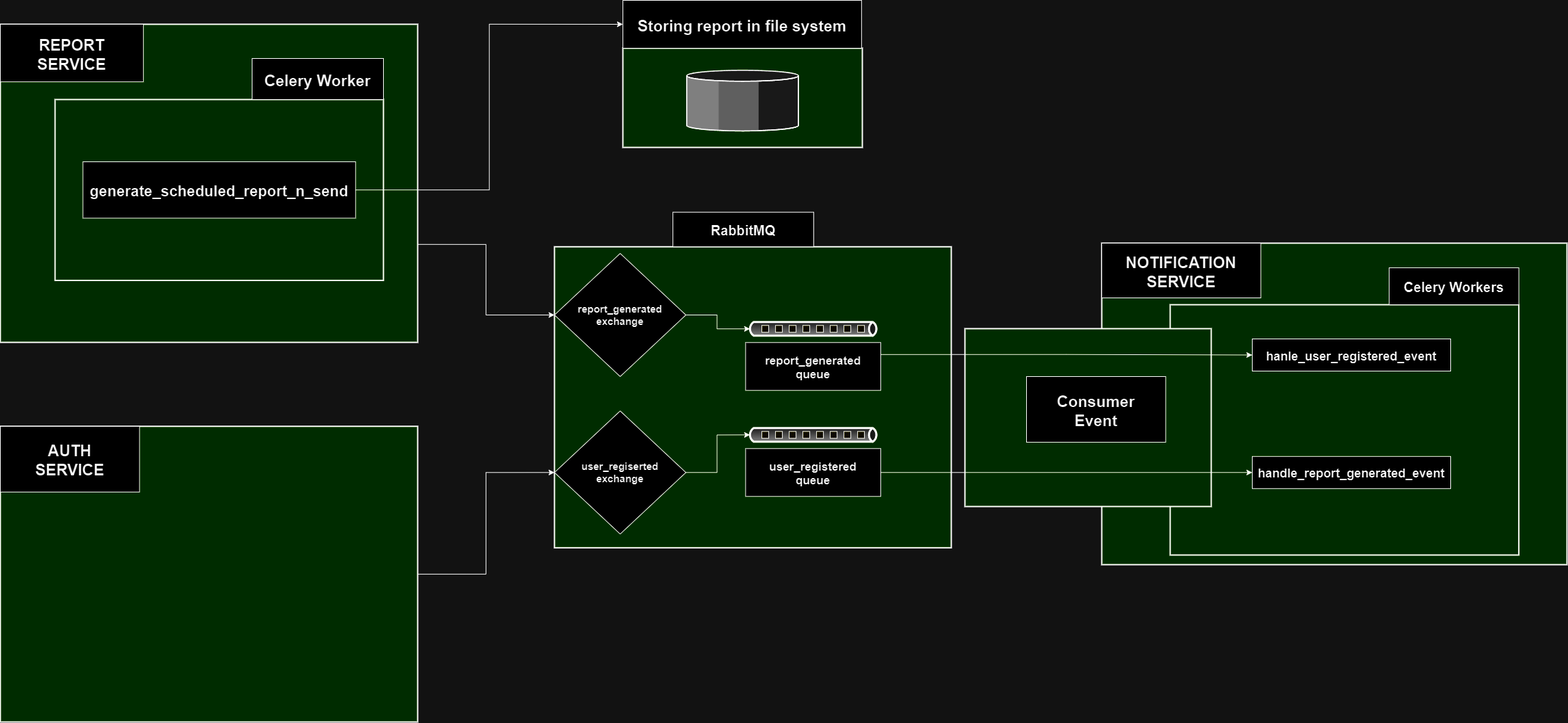
The draw.io diagram Notification_N_RrportGeneration_Digram.png in argho1/User_Monitor, before a commit. Source tidied: cells renumbered, new cells last; positions are measured from the earlier drawing's top-left corner, leaving out a move shared by most shapes.
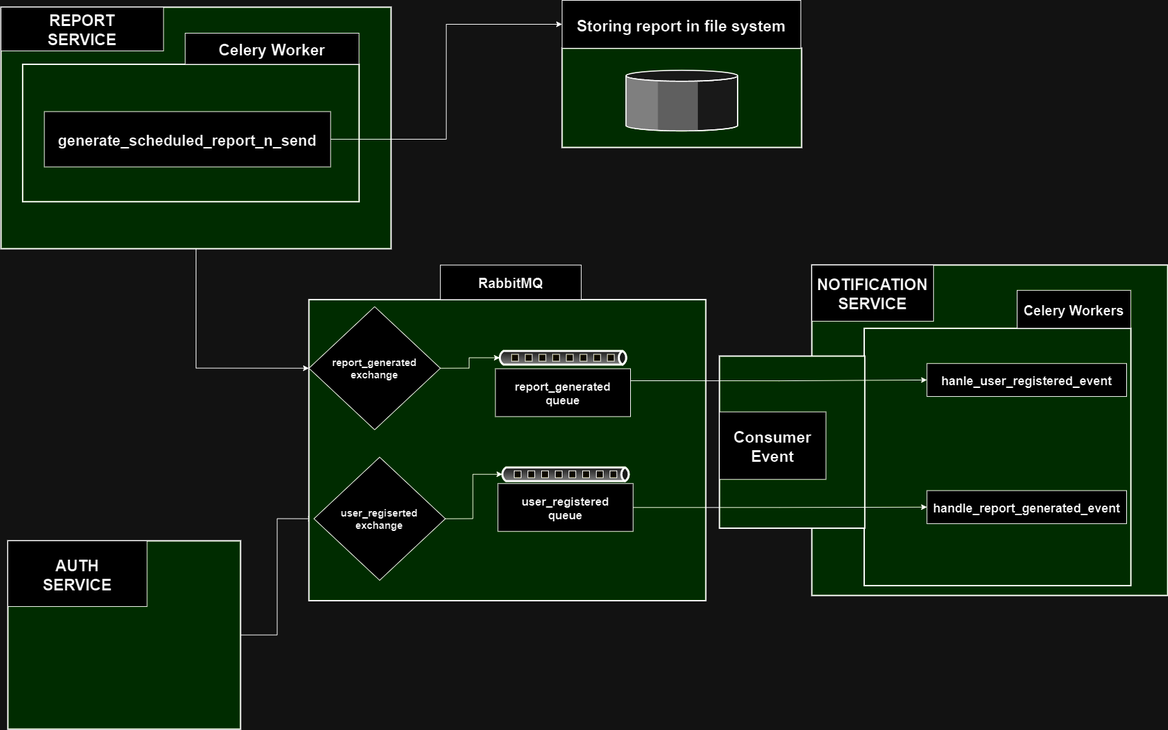
After the commit.

What changed in the source:
```diff
@@ -5,47 +5,47 @@
     <mxCell id="2" style="edgeStyle=orthogonalEdgeStyle;rounded=0;jettySize=auto;html=1;exitX=1;exitY=0.5;exitDx=0;exitDy=0;entryX=0;entryY=0.5;entryDx=0;entryDy=0;" parent="1" edge="1" source="3" target="16">
       <mxGeometry relative="1" as="geometry" />
     </mxCell>
-    <mxCell id="3" style="strokeWidth=2;dashed=0;align=center;fontSize=12;shape=rect;verticalLabelPosition=bottom;verticalAlign=top;fillColor=#c0f5a9;labelBackgroundColor=#FFFFFF;fontColor=#FFFFFF;" parent="1" vertex="1">
-      <mxGeometry y="622.8" width="610" height="432.2" as="geometry" />
-    </mxCell>
     <mxCell id="4" style="strokeWidth=2;dashed=0;align=center;fontSize=12;fillColor=#c0f5a9;verticalLabelPosition=bottom;verticalAlign=top;shape=mxgraph.eip.composed_message_processor;" parent="1" vertex="1">
-      <mxGeometry x="1960" y="394.4" width="150" height="90" as="geometry" />
+      <mxGeometry x="760" y="427.4" width="150" height="90" as="geometry" />
     </mxCell>
+    <mxCell id="20" style="edgeStyle=orthogonalEdgeStyle;rounded=0;jettySize=auto;html=1;exitX=0.5;exitY=1;exitDx=0;exitDy=0;entryX=0;entryY=0.5;entryDx=0;entryDy=0;" parent="1" edge="1" source="5" target="12">
+      <mxGeometry relative="1" as="geometry" />
+    </mxCell>
     <mxCell id="5" style="strokeWidth=2;dashed=0;align=center;fontSize=12;shape=rect;verticalLabelPosition=bottom;verticalAlign=top;fillColor=#c0f5a9;labelBackgroundColor=#FFFFFF;fontColor=#FFFFFF;" parent="1" vertex="1">
-      <mxGeometry y="35" width="610" height="465" as="geometry" />
+      <mxGeometry x="-610" width="570" height="353" as="geometry" />
     </mxCell>
     <mxCell id="6" style="strokeWidth=2;dashed=0;align=center;fontSize=12;shape=rect;verticalLabelPosition=bottom;verticalAlign=top;fillColor=#c0f5a9;labelBackgroundColor=#FFFFFF;fontColor=#FFFFFF;" parent="5" vertex="1">
-      <mxGeometry x="80" y="110" width="480" height="264.4" as="geometry" />
+      <mxGeometry x="31.7" y="83.5" width="491.6" height="200.8" as="geometry" />
     </mxCell>
     <mxCell id="7" value="generate_scheduled_report_n_send" style="strokeWidth=1;dashed=0;align=center;fontSize=22;shape=rect;fillColor=#ffffff;strokeColor=#000000;fontStyle=1;" parent="6" vertex="1">
-      <mxGeometry x="40.6" y="91" width="398.7" height="82.5" as="geometry" />
+      <mxGeometry x="31.7" y="69.1" width="418.3" height="80.9" as="geometry" />
     </mxCell>
     <mxCell id="8" value="Celery Worker" style="strokeWidth=1;dashed=0;align=center;fontSize=23;shape=rect;fillColor=#ffffff;strokeColor=#000000;fontStyle=1;" parent="5" vertex="1">
-      <mxGeometry x="368" y="50" width="192" height="60" as="geometry" />
+      <mxGeometry x="269.2" y="38" width="254.1" height="45.5" as="geometry" />
     </mxCell>
     <mxCell id="9" value="REPORT&#10;SERVICE" style="strokeWidth=1;dashed=0;align=center;fontSize=23;shape=rect;fillColor=#ffffff;strokeColor=#000000;fontStyle=1;" parent="5" vertex="1">
-      <mxGeometry width="209.2" height="84.2" as="geometry" />
+      <mxGeometry width="237.5" height="63.9" as="geometry" />
     </mxCell>
     <mxCell id="10" style="strokeWidth=2;dashed=0;align=center;fontSize=12;shape=rect;verticalLabelPosition=bottom;verticalAlign=top;fillColor=#c0f5a9;labelBackgroundColor=#FFFFFF;fontColor=#FFFFFF;" parent="1" vertex="1">
-      <mxGeometry x="810" y="360.3" width="580" height="440" as="geometry" />
+      <mxGeometry x="-160" y="427.4" width="580" height="440" as="geometry" />
     </mxCell>
     <mxCell id="11" value="RabbitMQ" style="strokeWidth=1;dashed=0;align=center;fontSize=20;shape=rect;fillColor=#ffffff;strokeColor=#000000;fontStyle=1;" parent="1" vertex="1">
-      <mxGeometry x="983.1" y="309.7" width="205.8" height="50.6" as="geometry" />
+      <mxGeometry x="32.1" y="376.9" width="205.8" height="50.6" as="geometry" />
     </mxCell>
     <mxCell id="12" value="&lt;div&gt;&lt;span style=&quot;font-size: 15px;&quot;&gt;&lt;b&gt;report_generated&lt;/b&gt;&lt;/span&gt;&lt;/div&gt;&lt;b&gt;&lt;font style=&quot;font-size: 15px;&quot;&gt;exchange&lt;/font&gt;&lt;/b&gt;" style="rhombus;whiteSpace=wrap;html=1;" parent="1" vertex="1">
-      <mxGeometry x="810" y="370" width="192.1" height="180" as="geometry" />
+      <mxGeometry x="-160" y="437.7" width="192.1" height="180" as="geometry" />
     </mxCell>
     <mxCell id="13" style="strokeWidth=3;outlineConnect=0;dashed=0;align=center;html=1;fontSize=8;shape=mxgraph.eip.dataChannel;verticalLabelPosition=bottom;labelBackgroundColor=#ffffff;verticalAlign=top;" parent="1" vertex="1">
-      <mxGeometry x="1093.1" y="455.3" width="190" height="50" as="geometry" />
+      <mxGeometry x="116.2" y="487.4" width="190" height="50" as="geometry" />
     </mxCell>
     <mxCell id="14" style="strokeWidth=3;outlineConnect=0;dashed=0;align=center;html=1;fontSize=8;shape=mxgraph.eip.dataChannel;verticalLabelPosition=bottom;labelBackgroundColor=#ffffff;verticalAlign=top;" parent="1" vertex="1">
-      <mxGeometry x="1093.1" y="610.3" width="190" height="50" as="geometry" />
+      <mxGeometry x="120" y="657.7" width="190" height="50" as="geometry" />
     </mxCell>
     <mxCell id="15" value="report_generated&#10;queue" style="strokeWidth=1;dashed=0;align=center;fontSize=17;shape=rect;fillColor=#ffffff;strokeColor=#000000;fontStyle=1;" parent="1" vertex="1">
-      <mxGeometry x="1089.4" y="500.3" width="197.5" height="70" as="geometry" />
+      <mxGeometry x="112.5" y="528.5" width="197.5" height="70" as="geometry" />
     </mxCell>
     <mxCell id="16" value="&lt;div&gt;&lt;span style=&quot;font-size: 15px;&quot;&gt;&lt;b&gt;user_regiserted&lt;/b&gt;&lt;/span&gt;&lt;/div&gt;&lt;b&gt;&lt;font style=&quot;font-size: 15px;&quot;&gt;exchange&lt;/font&gt;&lt;/b&gt;" style="rhombus;whiteSpace=wrap;html=1;" parent="1" vertex="1">
-      <mxGeometry x="810" y="600.3" width="192.1" height="180" as="geometry" />
+      <mxGeometry x="-152.7" y="657.7" width="192.1" height="180" as="geometry" />
     </mxCell>
     <mxCell id="17" style="edgeStyle=orthogonalEdgeStyle;rounded=0;jettySize=auto;html=1;exitX=1;exitY=0.5;exitDx=0;exitDy=0;entryX=0;entryY=0.5;entryDx=2.7;entryDy=0;entryPerimeter=0;" parent="1" edge="1" source="12" target="13">
       <mxGeometry relative="1" as="geometry" />
@@ -54,13 +54,10 @@
       <mxGeometry relative="1" as="geometry" />
     </mxCell>
     <mxCell id="19" value="user_registered&#10;queue" style="strokeWidth=1;dashed=0;align=center;fontSize=17;shape=rect;fillColor=#ffffff;strokeColor=#000000;fontStyle=1;" parent="1" vertex="1">
-      <mxGeometry x="1089.4" y="655.3" width="197.5" height="70" as="geometry" />
+      <mxGeometry x="116.2" y="696.3" width="197.5" height="70" as="geometry" />
     </mxCell>
-    <mxCell id="20" style="edgeStyle=orthogonalEdgeStyle;rounded=0;jettySize=auto;html=1;exitX=1;exitY=0.692;exitDx=0;exitDy=0;entryX=0;entryY=0.5;entryDx=0;entryDy=0;exitPerimeter=0;" parent="1" edge="1" source="5" target="12">
-      <mxGeometry relative="1" as="geometry" />
-    </mxCell>
     <mxCell id="21" style="group;" parent="1" vertex="1">
-      <mxGeometry x="910" width="350" height="215" as="geometry" />
+      <mxGeometry x="210" y="-10" width="350" height="215" as="geometry" />
     </mxCell>
     <mxCell id="22" style="html=1;strokeWidth=2;dashed=0;align=center;fontSize=8;verticalLabelPosition=bottom;verticalAlign=top;shape=mxgraph.eip.message_store;fillColor=#c0f5a9;" parent="21" vertex="1">
       <mxGeometry y="70" width="350" height="145" as="geometry" />
@@ -71,32 +68,41 @@
     <mxCell id="24" style="edgeStyle=orthogonalEdgeStyle;rounded=0;jettySize=auto;html=1;exitX=1;exitY=0.5;exitDx=0;exitDy=0;entryX=0;entryY=0.5;entryDx=0;entryDy=0;" parent="1" edge="1" source="7" target="23">
       <mxGeometry relative="1" as="geometry" />
     </mxCell>
-    <mxCell id="25" value="AUTH&#10;SERVICE" style="strokeWidth=1;dashed=0;align=center;fontSize=23;shape=rect;fillColor=#ffffff;strokeColor=#000000;fontStyle=1;" parent="1" vertex="1">
-      <mxGeometry y="622.8" width="203.5" height="96.1" as="geometry" />
-    </mxCell>
     <mxCell id="26" style="strokeWidth=2;dashed=0;align=center;fontSize=12;shape=rect;verticalLabelPosition=bottom;verticalAlign=top;fillColor=#c0f5a9;labelBackgroundColor=#FFFFFF;fontColor=#FFFFFF;" parent="1" vertex="1">
-      <mxGeometry x="1610" y="355" width="680" height="470" as="geometry" />
+      <mxGeometry x="575" y="376.9" width="520" height="483" as="geometry" />
     </mxCell>
     <mxCell id="27" style="strokeWidth=2;dashed=0;align=center;fontSize=12;shape=rect;verticalLabelPosition=bottom;verticalAlign=top;fillColor=#c0f5a9;labelBackgroundColor=#FFFFFF;fontColor=#FFFFFF;" parent="26" vertex="1">
-      <mxGeometry x="100" y="90" width="509.7" height="365.9" as="geometry" />
+      <mxGeometry x="76.5" y="92.5" width="389.7" height="376.1" as="geometry" />
     </mxCell>
-    <mxCell id="28" style="strokeWidth=2;dashed=0;align=center;fontSize=12;shape=rect;verticalLabelPosition=bottom;verticalAlign=top;fillColor=#c0f5a9;labelBackgroundColor=#FFFFFF;fontColor=#FFFFFF;" parent="26" vertex="1">
-      <mxGeometry x="-200" y="125" width="360" height="260" as="geometry" />
-    </mxCell>
     <mxCell id="29" value="NOTIFICATION&#10;SERVICE" style="strokeWidth=1;dashed=0;align=center;fontSize=23;shape=rect;fillColor=#ffffff;strokeColor=#000000;fontStyle=1;" parent="26" vertex="1">
-      <mxGeometry width="232.5" height="80" as="geometry" />
+      <mxGeometry width="177.8" height="82.2" as="geometry" />
     </mxCell>
     <mxCell id="30" value="Celery Workers" style="strokeWidth=1;dashed=0;align=center;fontSize=20;shape=rect;fillColor=#ffffff;strokeColor=#000000;fontStyle=1;" parent="26" vertex="1">
-      <mxGeometry x="420.1" y="36" width="189.5" height="54" as="geometry" />
+      <mxGeometry x="300" y="36.9" width="166.2" height="55.5" as="geometry" />
     </mxCell>
     <mxCell id="31" value="hanle_user_registered_event" style="strokeWidth=1;dashed=0;align=center;fontSize=18;shape=rect;fillColor=#ffffff;strokeColor=#000000;fontStyle=1;" parent="26" vertex="1">
-      <mxGeometry x="220" y="140" width="290" height="47" as="geometry" />
+      <mxGeometry x="168.2" y="143.9" width="291.8" height="48.3" as="geometry" />
     </mxCell>
     <mxCell id="32" value="handle_report_generated_event" style="strokeWidth=1;dashed=0;align=center;fontSize=18;shape=rect;fillColor=#ffffff;strokeColor=#000000;fontStyle=1;" parent="26" vertex="1">
-      <mxGeometry x="220" y="311.8" width="290" height="47" as="geometry" />
+      <mxGeometry x="168.2" y="329.7" width="291.8" height="48.3" as="geometry" />
     </mxCell>
+    <mxCell id="36" style="group;" parent="1" vertex="1">
+      <mxGeometry x="-600" y="780" width="340" height="275.2" as="geometry" />
+    </mxCell>
+    <mxCell id="3" style="strokeWidth=2;dashed=0;align=center;fontSize=12;shape=rect;verticalLabelPosition=bottom;verticalAlign=top;fillColor=#c0f5a9;labelBackgroundColor=#FFFFFF;fontColor=#FFFFFF;" parent="36" vertex="1">
+      <mxGeometry width="340" height="275.2" as="geometry" />
+    </mxCell>
+    <mxCell id="25" value="AUTH&#10;SERVICE" style="strokeWidth=1;dashed=0;align=center;fontSize=23;shape=rect;fillColor=#ffffff;strokeColor=#000000;fontStyle=1;" parent="36" vertex="1">
+      <mxGeometry width="203.5" height="96.1" as="geometry" />
+    </mxCell>
+    <mxCell id="37" style="group;" parent="1" vertex="1">
+      <mxGeometry x="440" y="510" width="212.3" height="251.5" as="geometry" />
+    </mxCell>
+    <mxCell id="28" style="strokeWidth=2;dashed=0;align=center;fontSize=12;shape=rect;verticalLabelPosition=bottom;verticalAlign=top;fillColor=#c0f5a9;labelBackgroundColor=#FFFFFF;fontColor=#FFFFFF;" parent="37" vertex="1">
+      <mxGeometry width="212.3" height="251.5" as="geometry" />
+    </mxCell>
-    <mxCell id="33" value="Consumer&#10;Event" style="strokeWidth=1;dashed=0;align=center;fontSize=23;shape=rect;fillColor=#ffffff;strokeColor=#000000;fontStyle=1;" parent="26" vertex="1">
-      <mxGeometry x="-110" y="195" width="203.5" height="96.1" as="geometry" />
+    <mxCell id="33" value="Consumer&#10;Event" style="strokeWidth=1;dashed=0;align=center;fontSize=23;shape=rect;fillColor=#ffffff;strokeColor=#000000;fontStyle=1;" parent="37" vertex="1">
+      <mxGeometry y="81.5" width="155.6" height="98.7" as="geometry" />
     </mxCell>
     <mxCell id="34" style="edgeStyle=orthogonalEdgeStyle;rounded=0;jettySize=auto;html=1;exitX=1;exitY=0.25;exitDx=0;exitDy=0;entryX=0;entryY=0.5;entryDx=0;entryDy=0;" parent="1" edge="1" source="15" target="31">
       <mxGeometry relative="1" as="geometry" />
```
